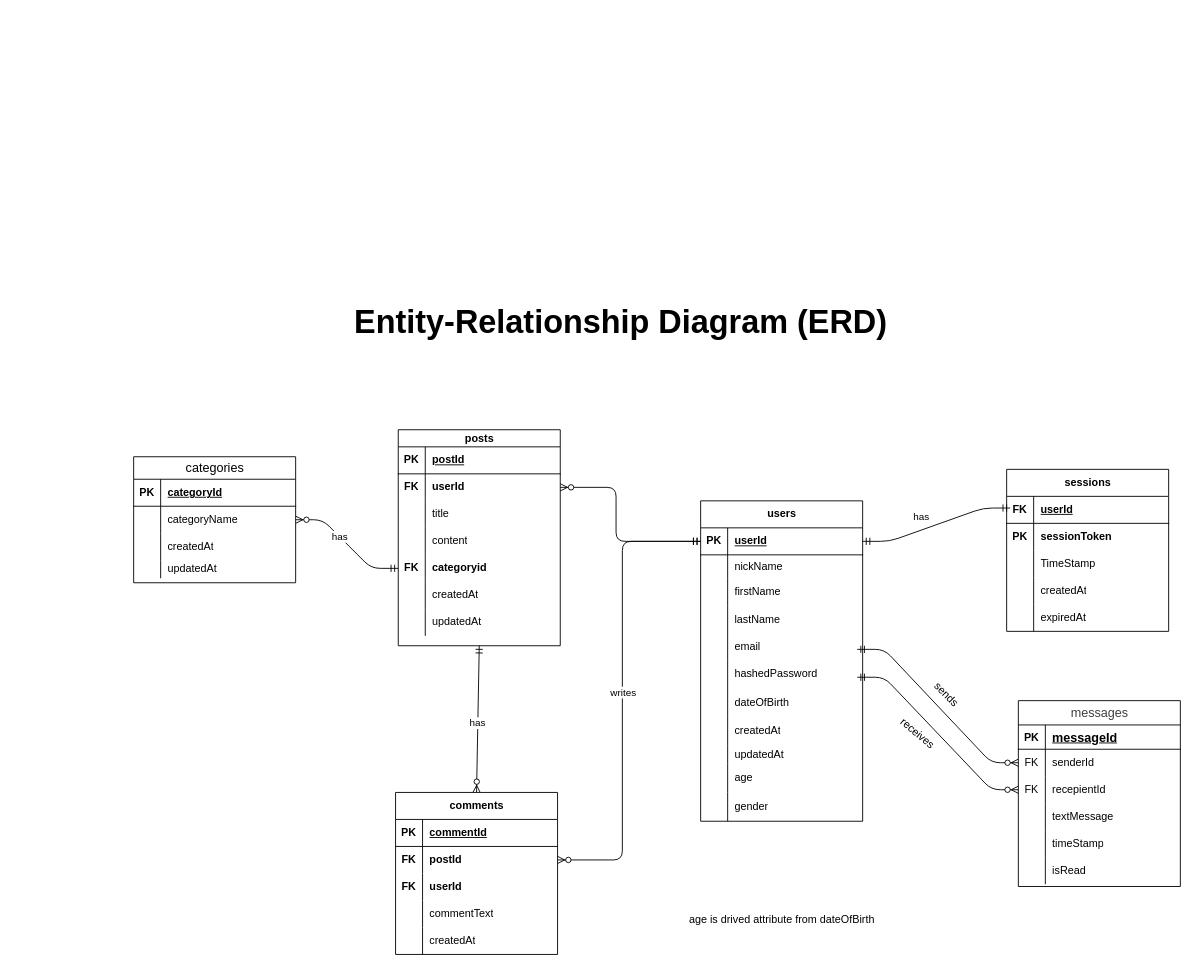
This is ERD.drawio from SalehAbdulla/real-time-forum, a draw.io file, before an edit. Source tidied: cells renumbered, new cells numbered last; positions are measured from the earlier drawing's top-left corner, leaving out a move shared by most shapes. Both pictures are drawn from the tidied source at 90%, with x=0, y=0 at pixel (133, 296).
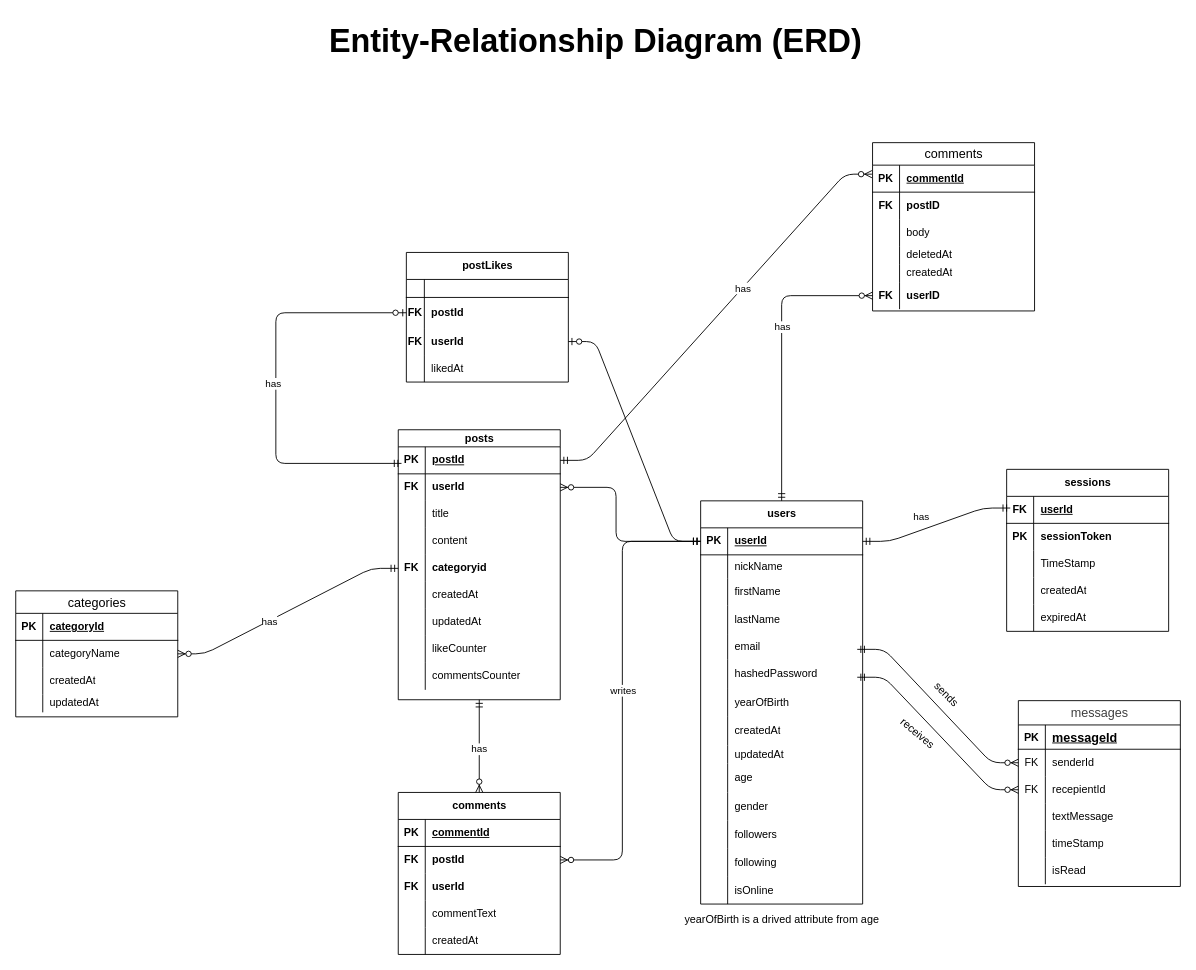
After the change.

Commit message (it also covers changes not shown here):
docs: update ERD diagram layout and positioning

The change refers to these unchanged cells:
```xml
<mxCell id="4" style="shape=tableRow;horizontal=0;startSize=0;swimlaneHead=0;swimlaneBody=0;fillColor=none;points=[[0,0.5],[1,0.5]];portConstraint=eastwest;top=0;left=0;right=0;bottom=1;" parent="3" vertex="1">
  <mxGeometry y="30" width="180" height="30" as="geometry" />
</mxCell>
<mxCell id="22" style="shape=tableRow;horizontal=0;startSize=0;swimlaneHead=0;swimlaneBody=0;fillColor=none;top=0;left=0;right=0;bottom=0;" parent="3" vertex="1">
  <mxGeometry y="208" width="180" height="32" as="geometry" />
</mxCell>
<mxCell id="79" style="shape=tableRow;horizontal=0;startSize=0;swimlaneHead=0;swimlaneBody=0;fillColor=none;points=[[0,0.5],[1,0.5]];portConstraint=eastwest;top=0;left=0;right=0;bottom=1;" parent="78" vertex="1">
  <mxGeometry y="19" width="180" height="30" as="geometry" />
</mxCell>
```

Diff of the diagram source:
```diff
@@
     <mxCell id="2" value="&lt;b&gt;&lt;font style=&quot;font-size: 36px;&quot;&gt;Entity-Relationship Diagram (ERD)&lt;/font&gt;&lt;/b&gt;" style="text;html=1;align=center;verticalAlign=middle;strokeColor=none;fillColor=none;" parent="1" vertex="1">
-      <mxGeometry x="236" width="610" height="55" as="geometry" />
+      <mxGeometry x="208" y="-312" width="610" height="55" as="geometry" />
     </mxCell>
     <mxCell id="3" value="users" style="shape=table;startSize=30;childLayout=tableLayout;rowLines=0;fontStyle=1;align=center;html=1;" parent="1" vertex="1">
-      <mxGeometry x="630" y="227" width="180" height="356" as="geometry" />
+      <mxGeometry x="630" y="227" width="180" height="448" as="geometry" />
     </mxCell>
@@
-    <mxCell id="24" value="dateOfBirth" style="shape=partialRectangle;fillColor=none;top=0;left=0;bottom=0;right=0;align=left;spacingLeft=6;overflow=hidden;whiteSpace=wrap;html=1;" parent="22" vertex="1">
+    <mxCell id="24" value="yearOfBirth" style="shape=partialRectangle;fillColor=none;top=0;left=0;bottom=0;right=0;align=left;spacingLeft=6;overflow=hidden;whiteSpace=wrap;html=1;" parent="22" vertex="1">
       <mxGeometry x="30" width="150" height="32" as="geometry" />
     </mxCell>
@@
     <mxCell id="34" style="shape=tableRow;horizontal=0;startSize=0;swimlaneHead=0;swimlaneBody=0;fillColor=none;top=0;left=0;right=0;bottom=0;" parent="3" vertex="1">
-      <mxGeometry y="324" width="180" height="32" as="geometry" />
+      <mxGeometry y="324" width="180" height="31" as="geometry" />
     </mxCell>
     <mxCell id="35" style="shape=partialRectangle;fillColor=none;top=0;left=0;bottom=0;right=0;overflow=hidden;whiteSpace=wrap;html=1;" parent="34" vertex="1">
-      <mxGeometry width="30" height="32" as="geometry" />
+      <mxGeometry width="30" height="31" as="geometry" />
     </mxCell>
     <mxCell id="36" value="gender" style="shape=partialRectangle;fillColor=none;top=0;left=0;bottom=0;right=0;align=left;spacingLeft=6;overflow=hidden;whiteSpace=wrap;html=1;" parent="34" vertex="1">
-      <mxGeometry x="30" width="150" height="32" as="geometry" />
+      <mxGeometry x="30" width="150" height="31" as="geometry" />
     </mxCell>
+    <mxCell id="137" style="shape=tableRow;horizontal=0;startSize=0;swimlaneHead=0;swimlaneBody=0;fillColor=none;top=0;left=0;right=0;bottom=0;" parent="3" vertex="1">
+      <mxGeometry y="355" width="180" height="31" as="geometry" />
+    </mxCell>
+    <mxCell id="138" style="shape=partialRectangle;fillColor=none;top=0;left=0;bottom=0;right=0;overflow=hidden;whiteSpace=wrap;html=1;" parent="137" vertex="1">
+      <mxGeometry width="30" height="31" as="geometry" />
+    </mxCell>
+    <mxCell id="139" value="followers" style="shape=partialRectangle;fillColor=none;top=0;left=0;bottom=0;right=0;align=left;spacingLeft=6;overflow=hidden;whiteSpace=wrap;html=1;" parent="137" vertex="1">
+      <mxGeometry x="30" width="150" height="31" as="geometry" />
+    </mxCell>
+    <mxCell id="140" style="shape=tableRow;horizontal=0;startSize=0;swimlaneHead=0;swimlaneBody=0;fillColor=none;top=0;left=0;right=0;bottom=0;" parent="3" vertex="1">
+      <mxGeometry y="386" width="180" height="31" as="geometry" />
+    </mxCell>
+    <mxCell id="141" style="shape=partialRectangle;fillColor=none;top=0;left=0;bottom=0;right=0;overflow=hidden;whiteSpace=wrap;html=1;" parent="140" vertex="1">
+      <mxGeometry width="30" height="31" as="geometry" />
+    </mxCell>
+    <mxCell id="142" value="following" style="shape=partialRectangle;fillColor=none;top=0;left=0;bottom=0;right=0;align=left;spacingLeft=6;overflow=hidden;whiteSpace=wrap;html=1;" parent="140" vertex="1">
+      <mxGeometry x="30" width="150" height="31" as="geometry" />
+    </mxCell>
+    <mxCell id="143" style="shape=tableRow;horizontal=0;startSize=0;swimlaneHead=0;swimlaneBody=0;fillColor=none;top=0;left=0;right=0;bottom=0;" parent="3" vertex="1">
+      <mxGeometry y="417" width="180" height="31" as="geometry" />
+    </mxCell>
+    <mxCell id="144" style="shape=partialRectangle;fillColor=none;top=0;left=0;bottom=0;right=0;overflow=hidden;whiteSpace=wrap;html=1;" parent="143" vertex="1">
+      <mxGeometry width="30" height="31" as="geometry" />
+    </mxCell>
+    <mxCell id="145" value="isOnline" style="shape=partialRectangle;fillColor=none;top=0;left=0;bottom=0;right=0;align=left;spacingLeft=6;overflow=hidden;whiteSpace=wrap;html=1;" parent="143" vertex="1">
+      <mxGeometry x="30" width="150" height="31" as="geometry" />
+    </mxCell>
@@
     <mxCell id="78" value="posts" style="shape=table;startSize=19;childLayout=tableLayout;rowLines=0;fontStyle=1;align=center;html=1;" parent="1" vertex="1">
-      <mxGeometry x="294" y="148" width="180" height="240" as="geometry" />
+      <mxGeometry x="294" y="148" width="180" height="300" as="geometry" />
     </mxCell>
@@
+    <mxCell id="146" style="shape=tableRow;horizontal=0;startSize=0;swimlaneHead=0;swimlaneBody=0;fillColor=none;top=0;left=0;right=0;bottom=0;" parent="78" vertex="1">
+      <mxGeometry y="229" width="180" height="30" as="geometry" />
+    </mxCell>
+    <mxCell id="147" style="shape=partialRectangle;fillColor=none;top=0;left=0;bottom=0;right=0;overflow=hidden;whiteSpace=wrap;html=1;" parent="146" vertex="1">
+      <mxGeometry width="30" height="30" as="geometry" />
+    </mxCell>
+    <mxCell id="148" value="likeCounter" style="shape=partialRectangle;fillColor=none;top=0;left=0;bottom=0;right=0;align=left;spacingLeft=6;overflow=hidden;whiteSpace=wrap;html=1;" parent="146" vertex="1">
+      <mxGeometry x="30" width="150" height="30" as="geometry" />
+    </mxCell>
+    <mxCell id="149" style="shape=tableRow;horizontal=0;startSize=0;swimlaneHead=0;swimlaneBody=0;fillColor=none;top=0;left=0;right=0;bottom=0;" parent="78" vertex="1">
+      <mxGeometry y="259" width="180" height="30" as="geometry" />
+    </mxCell>
+    <mxCell id="150" style="shape=partialRectangle;fillColor=none;top=0;left=0;bottom=0;right=0;overflow=hidden;whiteSpace=wrap;html=1;" parent="149" vertex="1">
+      <mxGeometry width="30" height="30" as="geometry" />
+    </mxCell>
+    <mxCell id="151" value="commentsCounter" style="shape=partialRectangle;fillColor=none;top=0;left=0;bottom=0;right=0;align=left;spacingLeft=6;overflow=hidden;whiteSpace=wrap;html=1;" parent="149" vertex="1">
+      <mxGeometry x="30" width="150" height="30" as="geometry" />
+    </mxCell>
     <mxCell id="100" value="comments" style="shape=table;startSize=30;childLayout=tableLayout;rowLines=0;fontStyle=1;align=center;html=1;" parent="1" vertex="1">
-      <mxGeometry x="291" y="551" width="180" height="180" as="geometry" />
+      <mxGeometry x="294" y="551" width="180" height="180" as="geometry" />
     </mxCell>
@@
     <mxCell id="117" value="&lt;div style=&quot;text-align: start;&quot;&gt;&lt;span style=&quot;background-color: transparent; font-size: 14px; font-weight: 500;&quot;&gt;&lt;font style=&quot;color: rgb(0, 0, 0);&quot; face=&quot;Anthropic Sans, sans-serif&quot;&gt;categories&lt;/font&gt;&lt;/span&gt;&lt;/div&gt;" style="shape=table;startSize=25;childLayout=tableLayout;rowLines=0;fontStyle=1;align=center;html=1;" parent="1" vertex="1">
-      <mxGeometry y="178" width="180" height="140" as="geometry" />
+      <mxGeometry x="-131" y="327" width="180" height="140" as="geometry" />
     </mxCell>
@@
-    <mxCell id="136" value="age is drived attribute from dateOfBirth" style="text;html=1;align=center;verticalAlign=middle;strokeColor=none;fillColor=none;" parent="1" vertex="1">
-      <mxGeometry x="608" y="680" width="224" height="26" as="geometry" />
+    <mxCell id="136" value="yearOfBirth is a drived attribute from age" style="text;html=1;align=center;verticalAlign=middle;strokeColor=none;fillColor=none;" parent="1" vertex="1">
+      <mxGeometry x="603" y="680" width="234" height="26" as="geometry" />
     </mxCell>
+    <mxCell id="152" style="fontSize=12;html=1;endArrow=ERzeroToOne;startArrow=ERmandOne;exitX=0.02;exitY=0.613;exitDx=0;exitDy=0;edgeStyle=orthogonalEdgeStyle;entryX=0;entryY=0.5;entryDx=0;entryDy=0;exitPerimeter=0;" parent="1" edge="1" source="79" target="158">
+      <mxGeometry relative="1" as="geometry">
+        <Array as="points">
+          <mxPoint x="158" y="185" />
+          <mxPoint x="158" y="18" />
+        </Array>
+      </mxGeometry>
+    </mxCell>
+    <mxCell id="153" value="has" style="edgeLabel;html=1;align=center;verticalAlign=middle;" parent="152" vertex="1">
+      <mxGeometry x="-0.31" y="1" relative="1" as="geometry">
+        <mxPoint x="-3" y="-73" as="offset" />
+      </mxGeometry>
+    </mxCell>
+    <mxCell id="154" value="postLikes" style="shape=table;startSize=30;childLayout=tableLayout;rowLines=0;fontStyle=1;align=center;html=1;" parent="1" vertex="1">
+      <mxGeometry x="303" y="-49" width="180" height="144" as="geometry" />
+    </mxCell>
+    <mxCell id="155" style="shape=tableRow;horizontal=0;startSize=0;swimlaneHead=0;swimlaneBody=0;fillColor=none;top=0;left=0;right=0;bottom=1;" parent="154" vertex="1">
+      <mxGeometry y="30" width="180" height="20" as="geometry" />
+    </mxCell>
+    <mxCell id="156" style="shape=partialRectangle;fillColor=none;top=0;left=0;bottom=0;right=0;fontStyle=1;overflow=hidden;whiteSpace=wrap;html=1;" parent="155" vertex="1">
+      <mxGeometry width="20" height="20" as="geometry" />
+    </mxCell>
+    <mxCell id="157" style="shape=partialRectangle;fillColor=none;top=0;left=0;bottom=0;right=0;align=left;spacingLeft=6;fontStyle=5;overflow=hidden;whiteSpace=wrap;html=1;" parent="155" vertex="1">
+      <mxGeometry x="20" width="160" height="20" as="geometry" />
+    </mxCell>
+    <mxCell id="158" style="shape=tableRow;horizontal=0;startSize=0;swimlaneHead=0;swimlaneBody=0;fillColor=none;points=[[0,0.5],[1,0.5]];portConstraint=eastwest;top=0;left=0;right=0;bottom=0;" parent="154" vertex="1">
+      <mxGeometry y="50" width="180" height="34" as="geometry" />
+    </mxCell>
+    <mxCell id="159" value="&lt;b&gt;FK&lt;/b&gt;" style="shape=partialRectangle;fillColor=none;top=0;left=0;bottom=0;right=0;overflow=hidden;whiteSpace=wrap;html=1;" parent="158" vertex="1">
+      <mxGeometry width="20" height="34" as="geometry" />
+    </mxCell>
+    <mxCell id="160" value="&lt;b&gt;postId&lt;/b&gt;" style="shape=partialRectangle;fillColor=none;top=0;left=0;bottom=0;right=0;align=left;spacingLeft=6;overflow=hidden;whiteSpace=wrap;html=1;" parent="158" vertex="1">
+      <mxGeometry x="20" width="160" height="34" as="geometry" />
+    </mxCell>
+    <mxCell id="161" style="shape=tableRow;horizontal=0;startSize=0;swimlaneHead=0;swimlaneBody=0;fillColor=none;points=[[0,0.5],[1,0.5]];portConstraint=eastwest;top=0;left=0;right=0;bottom=0;" parent="154" vertex="1">
+      <mxGeometry y="84" width="180" height="30" as="geometry" />
+    </mxCell>
+    <mxCell id="162" value="&lt;b&gt;FK&lt;/b&gt;" style="shape=partialRectangle;fillColor=none;top=0;left=0;bottom=0;right=0;overflow=hidden;whiteSpace=wrap;html=1;" parent="161" vertex="1">
+      <mxGeometry width="20" height="30" as="geometry" />
+    </mxCell>
+    <mxCell id="163" value="&lt;b&gt;userId&lt;/b&gt;" style="shape=partialRectangle;fillColor=none;top=0;left=0;bottom=0;right=0;align=left;spacingLeft=6;overflow=hidden;whiteSpace=wrap;html=1;" parent="161" vertex="1">
+      <mxGeometry x="20" width="160" height="30" as="geometry" />
+    </mxCell>
+    <mxCell id="164" style="shape=tableRow;horizontal=0;startSize=0;swimlaneHead=0;swimlaneBody=0;fillColor=none;top=0;left=0;right=0;bottom=0;" parent="154" vertex="1">
+      <mxGeometry y="114" width="180" height="30" as="geometry" />
+    </mxCell>
+    <mxCell id="165" style="shape=partialRectangle;fillColor=none;top=0;left=0;bottom=0;right=0;overflow=hidden;whiteSpace=wrap;html=1;" parent="164" vertex="1">
+      <mxGeometry width="20" height="30" as="geometry" />
+    </mxCell>
+    <mxCell id="166" value="likedAt" style="shape=partialRectangle;fillColor=none;top=0;left=0;bottom=0;right=0;align=left;spacingLeft=6;overflow=hidden;whiteSpace=wrap;html=1;" parent="164" vertex="1">
+      <mxGeometry x="20" width="160" height="30" as="geometry" />
+    </mxCell>
+    <mxCell id="167" style="edgeStyle=entityRelationEdgeStyle;fontSize=12;html=1;endArrow=ERzeroToOne;startArrow=ERmandOne;exitX=0;exitY=0.5;exitDx=0;exitDy=0;entryX=1;entryY=0.5;entryDx=0;entryDy=0;" parent="1" edge="1" source="4" target="161">
+      <mxGeometry relative="1" as="geometry">
+        <Array as="points">
+          <mxPoint x="353" y="22" />
+        </Array>
+      </mxGeometry>
+    </mxCell>
+    <mxCell id="168" value="&lt;div style=&quot;text-align: start;&quot;&gt;&lt;span style=&quot;background-color: transparent; font-size: 14px; font-weight: 500;&quot;&gt;&lt;font style=&quot;color: rgb(0, 0, 0);&quot; face=&quot;Anthropic Sans, sans-serif&quot;&gt;comments&lt;/font&gt;&lt;/span&gt;&lt;/div&gt;" style="shape=table;startSize=25;childLayout=tableLayout;rowLines=0;fontStyle=1;align=center;html=1;" parent="1" vertex="1">
+      <mxGeometry x="821" y="-171" width="180" height="187" as="geometry" />
+    </mxCell>
+    <mxCell id="169" style="shape=tableRow;horizontal=0;startSize=0;swimlaneHead=0;swimlaneBody=0;fillColor=none;points=[[0,0.5],[1,0.5]];portConstraint=eastwest;top=0;left=0;right=0;bottom=1;" parent="168" vertex="1">
+      <mxGeometry y="25" width="180" height="30" as="geometry" />
+    </mxCell>
+    <mxCell id="170" value="PK" style="shape=partialRectangle;fillColor=none;top=0;left=0;bottom=0;right=0;fontStyle=1;overflow=hidden;whiteSpace=wrap;html=1;" parent="169" vertex="1">
+      <mxGeometry width="30" height="30" as="geometry" />
+    </mxCell>
+    <mxCell id="171" value="commentId" style="shape=partialRectangle;fillColor=none;top=0;left=0;bottom=0;right=0;align=left;spacingLeft=6;fontStyle=5;overflow=hidden;whiteSpace=wrap;html=1;" parent="169" vertex="1">
+      <mxGeometry x="30" width="150" height="30" as="geometry" />
+    </mxCell>
+    <mxCell id="172" style="shape=tableRow;horizontal=0;startSize=0;swimlaneHead=0;swimlaneBody=0;fillColor=none;top=0;left=0;right=0;bottom=0;" parent="168" vertex="1">
+      <mxGeometry y="55" width="180" height="30" as="geometry" />
+    </mxCell>
+    <mxCell id="173" value="&lt;span style=&quot;color: rgb(0, 0, 0); font-weight: 700;&quot;&gt;FK&lt;/span&gt;" style="shape=partialRectangle;fillColor=none;top=0;left=0;bottom=0;right=0;overflow=hidden;whiteSpace=wrap;html=1;" parent="172" vertex="1">
+      <mxGeometry width="30" height="30" as="geometry" />
+    </mxCell>
+    <mxCell id="174" value="&lt;b&gt;postID&lt;/b&gt;" style="shape=partialRectangle;fillColor=none;top=0;left=0;bottom=0;right=0;align=left;spacingLeft=6;overflow=hidden;whiteSpace=wrap;html=1;" parent="172" vertex="1">
+      <mxGeometry x="30" width="150" height="30" as="geometry" />
+    </mxCell>
+    <mxCell id="175" style="shape=tableRow;horizontal=0;startSize=0;swimlaneHead=0;swimlaneBody=0;fillColor=none;top=0;left=0;right=0;bottom=0;" parent="168" vertex="1">
+      <mxGeometry y="85" width="180" height="30" as="geometry" />
+    </mxCell>
+    <mxCell id="176" style="shape=partialRectangle;fillColor=none;top=0;left=0;bottom=0;right=0;overflow=hidden;whiteSpace=wrap;html=1;" parent="175" vertex="1">
+      <mxGeometry width="30" height="30" as="geometry" />
+    </mxCell>
+    <mxCell id="177" value="body" style="shape=partialRectangle;fillColor=none;top=0;left=0;bottom=0;right=0;align=left;spacingLeft=6;overflow=hidden;whiteSpace=wrap;html=1;" parent="175" vertex="1">
+      <mxGeometry x="30" width="150" height="30" as="geometry" />
+    </mxCell>
+    <mxCell id="178" style="shape=tableRow;horizontal=0;startSize=0;swimlaneHead=0;swimlaneBody=0;fillColor=none;top=0;left=0;right=0;bottom=0;" parent="168" vertex="1">
+      <mxGeometry y="115" width="180" height="20" as="geometry" />
+    </mxCell>
+    <mxCell id="179" style="shape=partialRectangle;fillColor=none;top=0;left=0;bottom=0;right=0;overflow=hidden;whiteSpace=wrap;html=1;" parent="178" vertex="1">
+      <mxGeometry width="30" height="20" as="geometry" />
+    </mxCell>
+    <mxCell id="180" value="deletedAt" style="shape=partialRectangle;fillColor=none;top=0;left=0;bottom=0;right=0;align=left;spacingLeft=6;overflow=hidden;whiteSpace=wrap;html=1;" parent="178" vertex="1">
+      <mxGeometry x="30" width="150" height="20" as="geometry" />
+    </mxCell>
+    <mxCell id="181" style="shape=tableRow;horizontal=0;startSize=0;swimlaneHead=0;swimlaneBody=0;fillColor=none;top=0;left=0;right=0;bottom=0;" parent="168" vertex="1">
+      <mxGeometry y="135" width="180" height="20" as="geometry" />
+    </mxCell>
+    <mxCell id="182" style="shape=partialRectangle;fillColor=none;top=0;left=0;bottom=0;right=0;overflow=hidden;whiteSpace=wrap;html=1;" parent="181" vertex="1">
+      <mxGeometry width="30" height="20" as="geometry" />
+    </mxCell>
+    <mxCell id="183" value="createdAt" style="shape=partialRectangle;fillColor=none;top=0;left=0;bottom=0;right=0;align=left;spacingLeft=6;overflow=hidden;whiteSpace=wrap;html=1;" parent="181" vertex="1">
+      <mxGeometry x="30" width="150" height="20" as="geometry" />
+    </mxCell>
+    <mxCell id="184" style="shape=tableRow;horizontal=0;startSize=0;swimlaneHead=0;swimlaneBody=0;fillColor=none;points=[[0,0.5],[1,0.5]];portConstraint=eastwest;top=0;left=0;right=0;bottom=0;" parent="168" vertex="1">
+      <mxGeometry y="155" width="180" height="30" as="geometry" />
+    </mxCell>
+    <mxCell id="185" value="&lt;span style=&quot;color: rgb(0, 0, 0); font-weight: 700;&quot;&gt;FK&lt;/span&gt;" style="shape=partialRectangle;fillColor=none;top=0;left=0;bottom=0;right=0;overflow=hidden;whiteSpace=wrap;html=1;" parent="184" vertex="1">
+      <mxGeometry width="30" height="30" as="geometry" />
+    </mxCell>
+    <mxCell id="186" value="&lt;b&gt;userID&lt;/b&gt;" style="shape=partialRectangle;fillColor=none;top=0;left=0;bottom=0;right=0;align=left;spacingLeft=6;overflow=hidden;whiteSpace=wrap;html=1;" parent="184" vertex="1">
+      <mxGeometry x="30" width="150" height="30" as="geometry" />
+    </mxCell>
+    <mxCell id="187" style="edgeStyle=entityRelationEdgeStyle;fontSize=12;html=1;endArrow=ERzeroToMany;startArrow=ERmandOne;entryX=-0.004;entryY=0.334;entryDx=0;entryDy=0;entryPerimeter=0;" parent="1" edge="1" source="79" target="169">
+      <mxGeometry relative="1" as="geometry">
+        <Array as="points">
+          <mxPoint x="463" y="186" />
+          <mxPoint x="797.3" y="-66.2" />
+          <mxPoint x="672.3" y="-8.2" />
+          <mxPoint x="765.3" y="-98.2" />
+          <mxPoint x="765.3" y="-103.2" />
+          <mxPoint x="765.3" y="-104.2" />
+          <mxPoint x="816.3" y="-47.2" />
+        </Array>
+      </mxGeometry>
+    </mxCell>
+    <mxCell id="188" value="has" style="edgeLabel;html=1;align=center;verticalAlign=middle;" parent="187" vertex="1">
+      <mxGeometry x="0.18" relative="1" as="geometry" />
+    </mxCell>
+    <mxCell id="189" style="edgeStyle=orthogonalEdgeStyle;fontSize=12;html=1;endArrow=ERzeroToMany;startArrow=ERmandOne;exitX=0.5;exitY=0;exitDx=0;exitDy=0;entryX=0;entryY=0.5;entryDx=0;entryDy=0;" parent="1" edge="1" source="3" target="184">
+      <mxGeometry relative="1" as="geometry" />
+    </mxCell>
+    <mxCell id="190" value="has" style="edgeLabel;html=1;align=center;verticalAlign=middle;" parent="189" vertex="1">
+      <mxGeometry x="0.18" relative="1" as="geometry" />
+    </mxCell>
```
